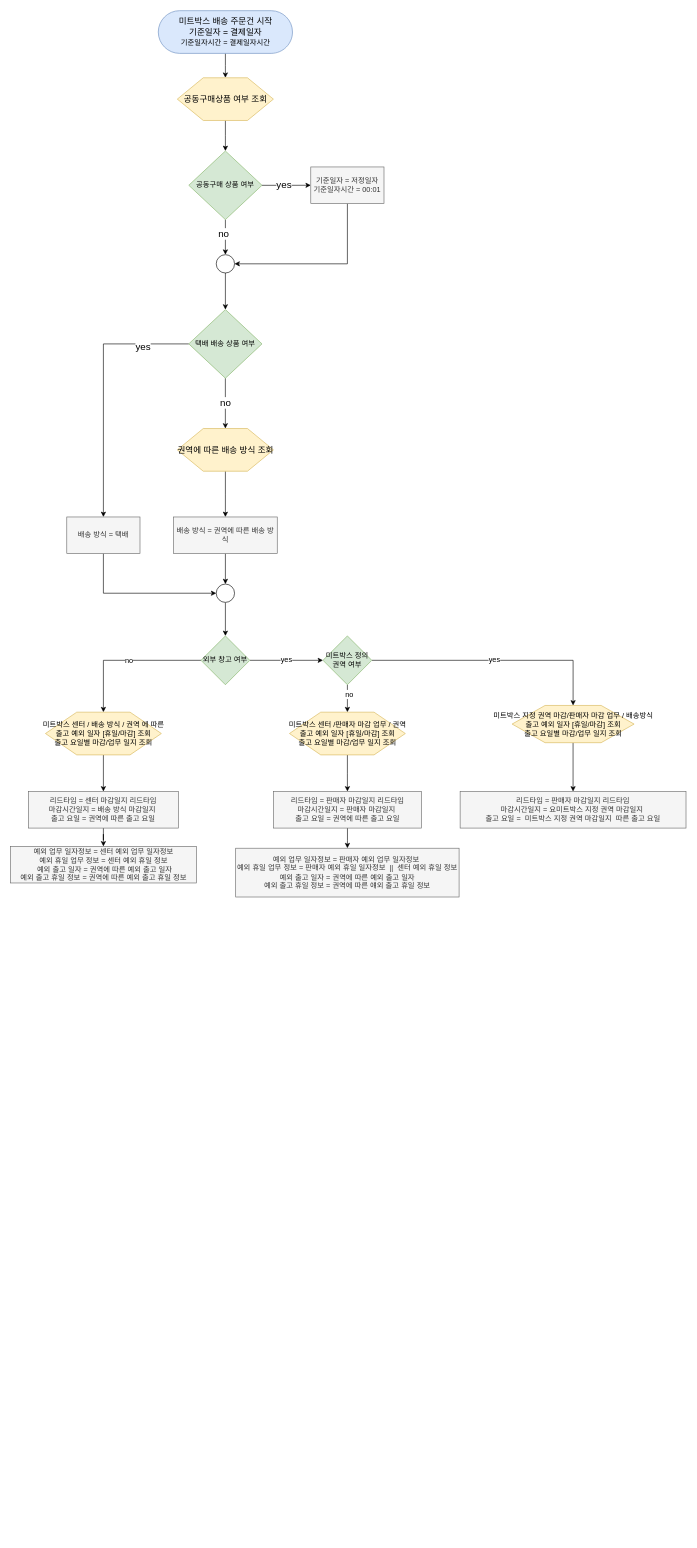
The draw.io diagram page "미트박스 배송상품 프로세스" (11 of 12) of 미트박스_배송.drawio in yongBomb90/drawio-1, before the edit. Source tidied: cells renumbered, new cells numbered last; positions are measured from the earlier drawing's top-left corner, leaving out a move shared by most shapes. Both pictures are drawn from the tidied source at 61%, with x=0, y=0 at pixel (10, 10).
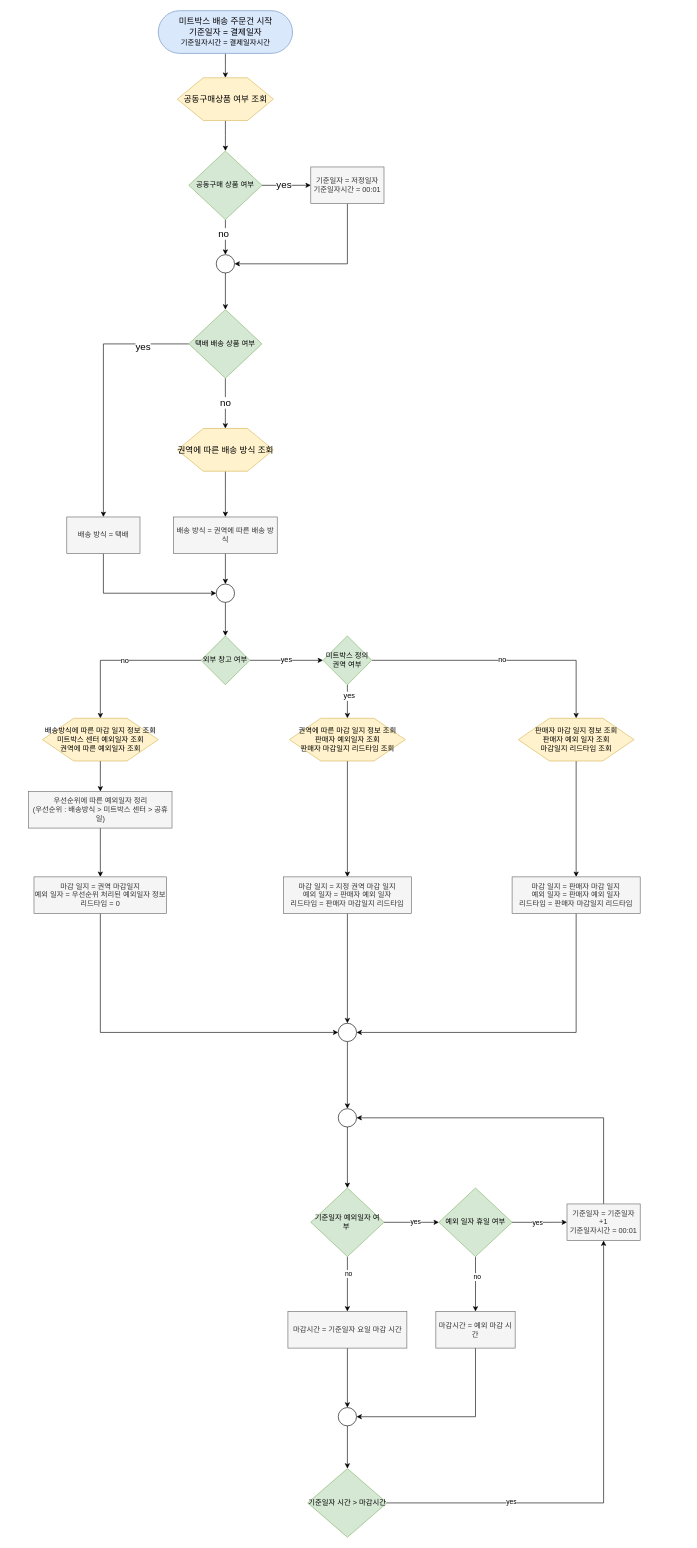
The same page after the edit.

Unchanged cells that the change refers to:
```xml
<mxCell id="37" value="미트박스 정의 권역 여부" style="rhombus;whiteSpace=wrap;html=1;fontSize=12;dashed=0;fillColor=#d5e8d4;strokeColor=#82b366;" parent="1" vertex="1">
  <mxGeometry x="512" y="1025" width="80" height="80" as="geometry" />
</mxCell>
```

Change to the diagram source:
```diff
@@
-    <mxCell id="31" style="edgeStyle=orthogonalEdgeStyle;rounded=0;jettySize=auto;html=1;fontSize=12;strokeWidth=1;" parent="1" edge="1" source="32" target="43">
-      <mxGeometry relative="1" as="geometry" />
-    </mxCell>
+    <mxCell id="49" style="edgeStyle=orthogonalEdgeStyle;rounded=0;jettySize=auto;html=1;" parent="1" edge="1" source="32" target="55">
+      <mxGeometry relative="1" as="geometry" />
+    </mxCell>
-    <mxCell id="32" value="&lt;span style=&quot;font-size: 12px&quot;&gt;미트박스 센터 / 배송 방식 / 권역 에 따른&lt;/span&gt;&lt;br style=&quot;font-size: 12px&quot;&gt;&lt;span style=&quot;font-size: 12px&quot;&gt;출고 예외 일자 [휴일/마감] 조회&lt;/span&gt;&lt;br style=&quot;font-size: 12px&quot;&gt;&lt;span style=&quot;font-size: 12px&quot;&gt;출고 요일별 마감/업무 일지 조회&lt;/span&gt;&lt;span style=&quot;font-size: 12px&quot;&gt;&lt;br style=&quot;font-size: 12px&quot;&gt;&lt;/span&gt;" style="verticalLabelPosition=middle;verticalAlign=middle;html=1;shape=hexagon;perimeter=hexagonPerimeter2;arcSize=6;size=0.27;labelBackgroundColor=none;labelPosition=center;align=center;fillColor=#fff2cc;strokeColor=#d6b656;fontSize=12;" parent="1" vertex="1">
-      <mxGeometry x="57" y="1150" width="190" height="70" as="geometry" />
+    <mxCell id="32" value="&lt;span style=&quot;font-size: 12px&quot;&gt;배송방식에 따른 마감 일지 정보 조회&lt;br&gt;미트박스 센터 예외일자 조회&lt;br&gt;권역에 따른 예외일자 조회&lt;br style=&quot;font-size: 12px&quot;&gt;&lt;/span&gt;" style="verticalLabelPosition=middle;verticalAlign=middle;html=1;shape=hexagon;perimeter=hexagonPerimeter2;arcSize=6;size=0.27;labelBackgroundColor=none;labelPosition=center;align=center;fillColor=#fff2cc;strokeColor=#d6b656;fontSize=12;" parent="1" vertex="1">
+      <mxGeometry x="52" y="1160" width="190" height="70" as="geometry" />
     </mxCell>
-    <mxCell id="33" style="edgeStyle=orthogonalEdgeStyle;rounded=0;jettySize=auto;html=1;entryX=0.5;entryY=0;entryDx=0;entryDy=0;fontSize=12;strokeWidth=1;" parent="1" edge="1" source="37" target="39">
+    <mxCell id="33" style="edgeStyle=orthogonalEdgeStyle;rounded=0;jettySize=auto;html=1;entryX=0.5;entryY=0;entryDx=0;entryDy=0;fontSize=12;strokeWidth=1;" parent="1" edge="1" source="37" target="51">
       <mxGeometry relative="1" as="geometry" />
     </mxCell>
-    <mxCell id="34" value="no" style="edgeLabel;html=1;align=center;verticalAlign=middle;fontSize=12;" parent="33" vertex="1">
+    <mxCell id="34" value="yes" style="edgeLabel;html=1;align=center;verticalAlign=middle;fontSize=12;" parent="33" vertex="1">
       <mxGeometry x="-0.33" y="2" relative="1" as="geometry" />
     </mxCell>
-    <mxCell id="35" style="edgeStyle=orthogonalEdgeStyle;rounded=0;jettySize=auto;html=1;entryX=0.5;entryY=0;entryDx=0;entryDy=0;fontSize=12;strokeWidth=1;" parent="1" edge="1" source="37" target="41">
+    <mxCell id="35" style="edgeStyle=orthogonalEdgeStyle;rounded=0;jettySize=auto;html=1;entryX=0.5;entryY=0;entryDx=0;entryDy=0;fontSize=12;strokeWidth=1;" parent="1" edge="1" source="37" target="53">
       <mxGeometry relative="1" as="geometry" />
     </mxCell>
-    <mxCell id="36" value="yes" style="edgeLabel;html=1;align=center;verticalAlign=middle;fontSize=12;" parent="35" vertex="1">
+    <mxCell id="36" value="no" style="edgeLabel;html=1;align=center;verticalAlign=middle;fontSize=12;" parent="35" vertex="1">
       <mxGeometry x="-0.01" y="1" relative="1" as="geometry" />
     </mxCell>
@@
-    <mxCell id="38" style="edgeStyle=orthogonalEdgeStyle;rounded=0;jettySize=auto;html=1;entryX=0.5;entryY=0;entryDx=0;entryDy=0;fontSize=12;strokeWidth=1;" parent="1" edge="1" source="39" target="45">
-      <mxGeometry relative="1" as="geometry" />
-    </mxCell>
-    <mxCell id="39" value="&lt;span style=&quot;font-size: 12px&quot;&gt;미트박스 센터 /판매자 마감 업무 / 권역&lt;/span&gt;&lt;br style=&quot;font-size: 12px&quot;&gt;&lt;span style=&quot;font-size: 12px&quot;&gt;출고 예외 일자 [휴일/마감] 조회&lt;/span&gt;&lt;br style=&quot;font-size: 12px&quot;&gt;&lt;span style=&quot;font-size: 12px&quot;&gt;출고 요일별 마감/업무 일지 조회&lt;/span&gt;&lt;span style=&quot;font-size: 12px&quot;&gt;&lt;br style=&quot;font-size: 12px&quot;&gt;&lt;/span&gt;" style="verticalLabelPosition=middle;verticalAlign=middle;html=1;shape=hexagon;perimeter=hexagonPerimeter2;arcSize=6;size=0.27;labelBackgroundColor=none;labelPosition=center;align=center;fillColor=#fff2cc;strokeColor=#d6b656;fontSize=12;" parent="1" vertex="1">
-      <mxGeometry x="457" y="1150" width="190" height="70" as="geometry" />
-    </mxCell>
-    <mxCell id="40" style="edgeStyle=orthogonalEdgeStyle;rounded=0;jettySize=auto;html=1;entryX=0.5;entryY=0;entryDx=0;entryDy=0;fontSize=12;strokeWidth=1;" parent="1" edge="1" source="41" target="46">
-      <mxGeometry relative="1" as="geometry" />
-    </mxCell>
-    <mxCell id="41" value="미트박스 지정 권역 마감/판매자 마감 업무 / 배송방식&lt;br style=&quot;font-size: 12px&quot;&gt;&lt;span style=&quot;font-size: 12px&quot;&gt;출고 예외 일자 [휴일/마감] 조회&lt;/span&gt;&lt;br style=&quot;font-size: 12px&quot;&gt;&lt;span style=&quot;font-size: 12px&quot;&gt;출고 요일별 마감/업무 일지 조회&lt;/span&gt;&lt;span style=&quot;font-size: 12px&quot;&gt;&lt;br style=&quot;font-size: 12px&quot;&gt;&lt;/span&gt;" style="verticalLabelPosition=middle;verticalAlign=middle;html=1;shape=hexagon;perimeter=hexagonPerimeter2;arcSize=6;size=0.27;labelBackgroundColor=none;labelPosition=center;align=center;fillColor=#fff2cc;strokeColor=#d6b656;fontSize=12;" parent="1" vertex="1">
-      <mxGeometry x="822" y="1139" width="200" height="61" as="geometry" />
-    </mxCell>
-    <mxCell id="42" style="edgeStyle=orthogonalEdgeStyle;rounded=0;jettySize=auto;html=1;fontSize=12;strokeWidth=1;" parent="1" edge="1" source="43" target="47">
-      <mxGeometry relative="1" as="geometry" />
-    </mxCell>
-    <mxCell id="43" value="리드타임 = 센터 마감일지 리드타임&lt;br&gt;마감시간일지 = 배송 방식 마감일지&amp;nbsp;&lt;br&gt;출고 요일 = 권역에 따른 출고 요일" style="whiteSpace=wrap;html=1;fillColor=#f5f5f5;strokeColor=#666666;arcSize=6;labelBackgroundColor=none;fontColor=#333333;" parent="1" vertex="1">
-      <mxGeometry x="29" y="1280" width="246" height="60" as="geometry" />
-    </mxCell>
-    <mxCell id="44" style="edgeStyle=orthogonalEdgeStyle;rounded=0;jettySize=auto;html=1;fontSize=12;strokeWidth=1;" parent="1" edge="1" source="45" target="48">
-      <mxGeometry relative="1" as="geometry" />
-    </mxCell>
-    <mxCell id="45" value="리드타임 = 판매자 마감일지 리드타임&lt;br&gt;마감시간일지 = 판매자 마감일지&amp;nbsp;&lt;br&gt;출고 요일 = 권역에 따른 출고 요일" style="whiteSpace=wrap;html=1;fillColor=#f5f5f5;strokeColor=#666666;arcSize=6;labelBackgroundColor=none;fontColor=#333333;" parent="1" vertex="1">
-      <mxGeometry x="430.8" y="1280" width="242.5" height="60" as="geometry" />
-    </mxCell>
-    <mxCell id="46" value="리드타임 = 판매자 마감일지 리드타임&lt;br&gt;마감시간일지 = 요미트박스 지정 권역 마감일지&amp;nbsp;&lt;br&gt;출고 요일 =&amp;nbsp; 미트박스 지정 권역 마감일지&amp;nbsp;&amp;nbsp;따른 출고 요일" style="whiteSpace=wrap;html=1;fillColor=#f5f5f5;strokeColor=#666666;arcSize=6;labelBackgroundColor=none;fontColor=#333333;" parent="1" vertex="1">
-      <mxGeometry x="736.8" y="1280" width="370.3" height="60" as="geometry" />
-    </mxCell>
-    <mxCell id="47" value="예외 업무 일자정보 = 센터 예외 업무 일자정보&lt;br&gt;예외 휴일 업무 정보 = 센터 예외 휴일 정보&lt;br&gt;&amp;nbsp;예외 출고 일자 = 권역에 따른 예외 출고 일자&lt;br&gt;예외 출고 휴일 정보 = 권역에 따른 예외 출고 휴일 정보" style="whiteSpace=wrap;html=1;fillColor=#f5f5f5;strokeColor=#666666;arcSize=6;labelBackgroundColor=none;fontColor=#333333;" parent="1" vertex="1">
-      <mxGeometry x="-0.4" y="1370" width="304.8" height="60" as="geometry" />
-    </mxCell>
-    <mxCell id="48" value="예외 업무 일자정보 = 판매자 예외 업무 일자정보&amp;nbsp;&lt;br&gt;예외 휴일 업무 정보 = 판매자 예외 휴일 일자정보&amp;nbsp; ||&amp;nbsp; 센터 예외 휴일 정보&lt;br&gt;&amp;nbsp;예외 출고 일자 = 권역에 따른 예외 출고 일자&amp;nbsp;&lt;br&gt;예외 출고 휴일 정보 = 권역에 따른 얘외 출고 휴일 정보" style="whiteSpace=wrap;html=1;fillColor=#f5f5f5;strokeColor=#666666;arcSize=6;labelBackgroundColor=none;fontColor=#333333;" parent="1" vertex="1">
-      <mxGeometry x="368.9" y="1373" width="366.2" height="80" as="geometry" />
-    </mxCell>
+    <mxCell id="50" style="edgeStyle=orthogonalEdgeStyle;rounded=0;jettySize=auto;html=1;" parent="1" edge="1" source="51" target="59">
+      <mxGeometry relative="1" as="geometry" />
+    </mxCell>
+    <mxCell id="51" value="&lt;span style=&quot;font-size: 12px&quot;&gt;권역에 따른 마감 일지 정보 조회&lt;br&gt;판매자 예외일자 조회&lt;br&gt;&lt;/span&gt;판매자 마감일지 리드타임 조회&lt;span style=&quot;font-size: 12px&quot;&gt;&lt;br style=&quot;font-size: 12px&quot;&gt;&lt;/span&gt;" style="verticalLabelPosition=middle;verticalAlign=middle;html=1;shape=hexagon;perimeter=hexagonPerimeter2;arcSize=6;size=0.27;labelBackgroundColor=none;labelPosition=center;align=center;fillColor=#fff2cc;strokeColor=#d6b656;fontSize=12;" parent="1" vertex="1">
+      <mxGeometry x="457" y="1160" width="190" height="70" as="geometry" />
+    </mxCell>
+    <mxCell id="52" style="edgeStyle=orthogonalEdgeStyle;rounded=0;jettySize=auto;html=1;" parent="1" edge="1" source="53" target="61">
+      <mxGeometry relative="1" as="geometry" />
+    </mxCell>
+    <mxCell id="53" value="&lt;span style=&quot;font-size: 12px&quot;&gt;판매자 마감 일지 정보 조회&lt;br&gt;판매자 예외 일자 조회&lt;br&gt;마감일지 리드타임 조회&lt;br style=&quot;font-size: 12px&quot;&gt;&lt;/span&gt;" style="verticalLabelPosition=middle;verticalAlign=middle;html=1;shape=hexagon;perimeter=hexagonPerimeter2;arcSize=6;size=0.27;labelBackgroundColor=none;labelPosition=center;align=center;fillColor=#fff2cc;strokeColor=#d6b656;fontSize=12;" parent="1" vertex="1">
+      <mxGeometry x="832" y="1160" width="190" height="70" as="geometry" />
+    </mxCell>
+    <mxCell id="54" style="edgeStyle=orthogonalEdgeStyle;rounded=0;jettySize=auto;html=1;" parent="1" edge="1" source="55" target="57">
+      <mxGeometry relative="1" as="geometry" />
+    </mxCell>
+    <mxCell id="55" value="우선순위에 따른 예외일자 정리&lt;br&gt;(우선순위 : 배송방식 &amp;gt; 미트박스 센터 &amp;gt; 공휴일)" style="whiteSpace=wrap;html=1;fillColor=#f5f5f5;strokeColor=#666666;arcSize=6;labelBackgroundColor=none;fontColor=#333333;" parent="1" vertex="1">
+      <mxGeometry x="29.5" y="1280" width="235" height="60" as="geometry" />
+    </mxCell>
+    <mxCell id="56" style="edgeStyle=orthogonalEdgeStyle;rounded=0;jettySize=auto;html=1;entryX=0;entryY=0.5;entryDx=0;entryDy=0;" parent="1" edge="1" source="57" target="63">
+      <mxGeometry relative="1" as="geometry">
+        <Array as="points">
+          <mxPoint x="147" y="1675" />
+        </Array>
+      </mxGeometry>
+    </mxCell>
+    <mxCell id="57" value="마감 일지 = 권역 마감일지&lt;br&gt;예외 일자 = 우선순위 처리된 예외일자 정보&lt;br&gt;리드타임 = 0" style="whiteSpace=wrap;html=1;fillColor=#f5f5f5;strokeColor=#666666;fontColor=#333333;arcSize=6;labelBackgroundColor=none;" parent="1" vertex="1">
+      <mxGeometry x="38.2" y="1420" width="217.5" height="60" as="geometry" />
+    </mxCell>
+    <mxCell id="58" style="edgeStyle=orthogonalEdgeStyle;rounded=0;jettySize=auto;html=1;entryX=0.5;entryY=0;entryDx=0;entryDy=0;" parent="1" edge="1" source="59" target="63">
+      <mxGeometry relative="1" as="geometry" />
+    </mxCell>
+    <mxCell id="59" value="마감 일지 = 지정 권역 마감 일지&lt;br&gt;예외 일자 = 판매자 예외 일자&lt;br&gt;리드타임 = 판매자 마감일지 리드타임" style="whiteSpace=wrap;html=1;fillColor=#f5f5f5;strokeColor=#666666;arcSize=6;labelBackgroundColor=none;fontColor=#333333;" parent="1" vertex="1">
+      <mxGeometry x="447" y="1420" width="210" height="60" as="geometry" />
+    </mxCell>
+    <mxCell id="60" style="edgeStyle=orthogonalEdgeStyle;rounded=0;jettySize=auto;html=1;entryX=1;entryY=0.5;entryDx=0;entryDy=0;" parent="1" edge="1" source="61" target="63">
+      <mxGeometry relative="1" as="geometry">
+        <Array as="points">
+          <mxPoint x="927" y="1675" />
+        </Array>
+      </mxGeometry>
+    </mxCell>
+    <mxCell id="61" value="마감 일지 = 판매자 마감 일지&lt;br&gt;예외 일자 = 판매자 예외 일자&lt;br&gt;리드타임 = 판매자 마감일지 리드타임" style="whiteSpace=wrap;html=1;fillColor=#f5f5f5;strokeColor=#666666;arcSize=6;labelBackgroundColor=none;fontColor=#333333;" parent="1" vertex="1">
+      <mxGeometry x="822" y="1420" width="210" height="60" as="geometry" />
+    </mxCell>
+    <mxCell id="62" style="edgeStyle=orthogonalEdgeStyle;rounded=0;jettySize=auto;html=1;entryX=0.5;entryY=0;entryDx=0;entryDy=0;" parent="1" edge="1" source="63" target="77">
+      <mxGeometry relative="1" as="geometry" />
+    </mxCell>
+    <mxCell id="63" style="shape=ellipse;html=1;dashed=0;whitespace=wrap;perimeter=ellipsePerimeter;fontSize=16;fillColor=default;" parent="1" vertex="1">
+      <mxGeometry x="537" y="1660" width="30" height="30" as="geometry" />
+    </mxCell>
+    <mxCell id="64" style="edgeStyle=orthogonalEdgeStyle;rounded=0;jettySize=auto;html=1;" parent="1" edge="1" source="68" target="73">
+      <mxGeometry relative="1" as="geometry" />
+    </mxCell>
+    <mxCell id="65" value="yes" style="edgeLabel;html=1;align=center;verticalAlign=middle;" parent="64" vertex="1">
+      <mxGeometry x="0.13" y="1" relative="1" as="geometry" />
+    </mxCell>
+    <mxCell id="66" style="edgeStyle=orthogonalEdgeStyle;rounded=0;jettySize=auto;html=1;entryX=0.5;entryY=0;entryDx=0;entryDy=0;" parent="1" edge="1" source="68" target="81">
+      <mxGeometry relative="1" as="geometry" />
+    </mxCell>
+    <mxCell id="67" value="no" style="edgeLabel;html=1;align=center;verticalAlign=middle;" parent="66" vertex="1">
+      <mxGeometry x="-0.37" y="1" relative="1" as="geometry" />
+    </mxCell>
+    <mxCell id="68" value="기준일자 예외일자 여부&amp;nbsp;" style="rhombus;whiteSpace=wrap;html=1;fillColor=#d5e8d4;strokeColor=#82b366;arcSize=6;labelBackgroundColor=none;" parent="1" vertex="1">
+      <mxGeometry x="492" y="1930" width="120" height="112.5" as="geometry" />
+    </mxCell>
+    <mxCell id="69" style="edgeStyle=orthogonalEdgeStyle;rounded=0;jettySize=auto;html=1;" parent="1" edge="1" source="73" target="75">
+      <mxGeometry relative="1" as="geometry" />
+    </mxCell>
+    <mxCell id="70" value="no" style="edgeLabel;html=1;align=center;verticalAlign=middle;" parent="69" vertex="1">
+      <mxGeometry x="-0.26" y="2" relative="1" as="geometry" />
+    </mxCell>
+    <mxCell id="71" style="edgeStyle=orthogonalEdgeStyle;rounded=0;jettySize=auto;html=1;entryX=0;entryY=0.5;entryDx=0;entryDy=0;" parent="1" edge="1" source="73" target="79">
+      <mxGeometry relative="1" as="geometry" />
+    </mxCell>
+    <mxCell id="72" value="yes" style="edgeLabel;html=1;align=center;verticalAlign=middle;" parent="71" vertex="1">
+      <mxGeometry x="-0.07" relative="1" as="geometry" />
+    </mxCell>
+    <mxCell id="73" value="예외 일자 휴일 여부" style="rhombus;whiteSpace=wrap;html=1;fillColor=#d5e8d4;strokeColor=#82b366;arcSize=6;labelBackgroundColor=none;" parent="1" vertex="1">
+      <mxGeometry x="702" y="1930" width="120" height="112.5" as="geometry" />
+    </mxCell>
+    <mxCell id="74" style="edgeStyle=orthogonalEdgeStyle;rounded=0;jettySize=auto;html=1;entryX=1;entryY=0.5;entryDx=0;entryDy=0;" parent="1" edge="1" source="75" target="83">
+      <mxGeometry relative="1" as="geometry">
+        <Array as="points">
+          <mxPoint x="762" y="2305" />
+        </Array>
+      </mxGeometry>
+    </mxCell>
+    <mxCell id="75" value="마감시간 = 예외 마감 시간" style="whiteSpace=wrap;html=1;fillColor=#f5f5f5;strokeColor=#666666;arcSize=6;labelBackgroundColor=none;fontColor=#333333;" parent="1" vertex="1">
+      <mxGeometry x="697" y="2132.5" width="130" height="60" as="geometry" />
+    </mxCell>
+    <mxCell id="76" style="edgeStyle=orthogonalEdgeStyle;rounded=0;jettySize=auto;html=1;entryX=0.5;entryY=0;entryDx=0;entryDy=0;" parent="1" edge="1" source="77" target="68">
+      <mxGeometry relative="1" as="geometry" />
+    </mxCell>
+    <mxCell id="77" style="shape=ellipse;html=1;dashed=0;whitespace=wrap;perimeter=ellipsePerimeter;fontSize=16;fillColor=default;" parent="1" vertex="1">
+      <mxGeometry x="537" y="1800" width="30" height="30" as="geometry" />
+    </mxCell>
+    <mxCell id="78" style="edgeStyle=orthogonalEdgeStyle;rounded=0;jettySize=auto;html=1;entryX=1;entryY=0.5;entryDx=0;entryDy=0;" parent="1" edge="1" source="79" target="77">
+      <mxGeometry relative="1" as="geometry">
+        <Array as="points">
+          <mxPoint x="972" y="1815" />
+        </Array>
+      </mxGeometry>
+    </mxCell>
+    <mxCell id="79" value="기준일자 = 기준일자 +1&lt;br&gt;기준일자시간 = 00:01" style="whiteSpace=wrap;html=1;fillColor=#f5f5f5;strokeColor=#666666;arcSize=6;labelBackgroundColor=none;fontColor=#333333;" parent="1" vertex="1">
+      <mxGeometry x="912" y="1956.2" width="120" height="60" as="geometry" />
+    </mxCell>
+    <mxCell id="80" style="edgeStyle=orthogonalEdgeStyle;rounded=0;jettySize=auto;html=1;" parent="1" edge="1" source="81" target="83">
+      <mxGeometry relative="1" as="geometry" />
+    </mxCell>
+    <mxCell id="81" value="마감시간 = 기준일자 요일 마감 시간" style="whiteSpace=wrap;html=1;fillColor=#f5f5f5;strokeColor=#666666;arcSize=6;labelBackgroundColor=none;fontColor=#333333;" parent="1" vertex="1">
+      <mxGeometry x="454.5" y="2132.5" width="195" height="60" as="geometry" />
+    </mxCell>
+    <mxCell id="82" style="edgeStyle=orthogonalEdgeStyle;rounded=0;jettySize=auto;html=1;entryX=0.5;entryY=0;entryDx=0;entryDy=0;" parent="1" edge="1" source="83" target="86">
+      <mxGeometry relative="1" as="geometry" />
+    </mxCell>
+    <mxCell id="83" style="shape=ellipse;html=1;dashed=0;whitespace=wrap;perimeter=ellipsePerimeter;fontSize=16;fillColor=default;" parent="1" vertex="1">
+      <mxGeometry x="537" y="2290" width="30" height="30" as="geometry" />
+    </mxCell>
+    <mxCell id="84" style="edgeStyle=orthogonalEdgeStyle;rounded=0;jettySize=auto;html=1;entryX=0.5;entryY=1;entryDx=0;entryDy=0;" parent="1" edge="1" source="86" target="79">
+      <mxGeometry relative="1" as="geometry" />
+    </mxCell>
+    <mxCell id="85" value="yes" style="edgeLabel;html=1;align=center;verticalAlign=middle;" parent="84" vertex="1">
+      <mxGeometry x="-0.48" y="2" relative="1" as="geometry" />
+    </mxCell>
+    <mxCell id="86" value="기준일자 시간 &amp;gt; 마감시간" style="rhombus;whiteSpace=wrap;html=1;fillColor=#d5e8d4;strokeColor=#82b366;arcSize=6;labelBackgroundColor=none;" parent="1" vertex="1">
+      <mxGeometry x="487" y="2390" width="130" height="112.5" as="geometry" />
+    </mxCell>
```
